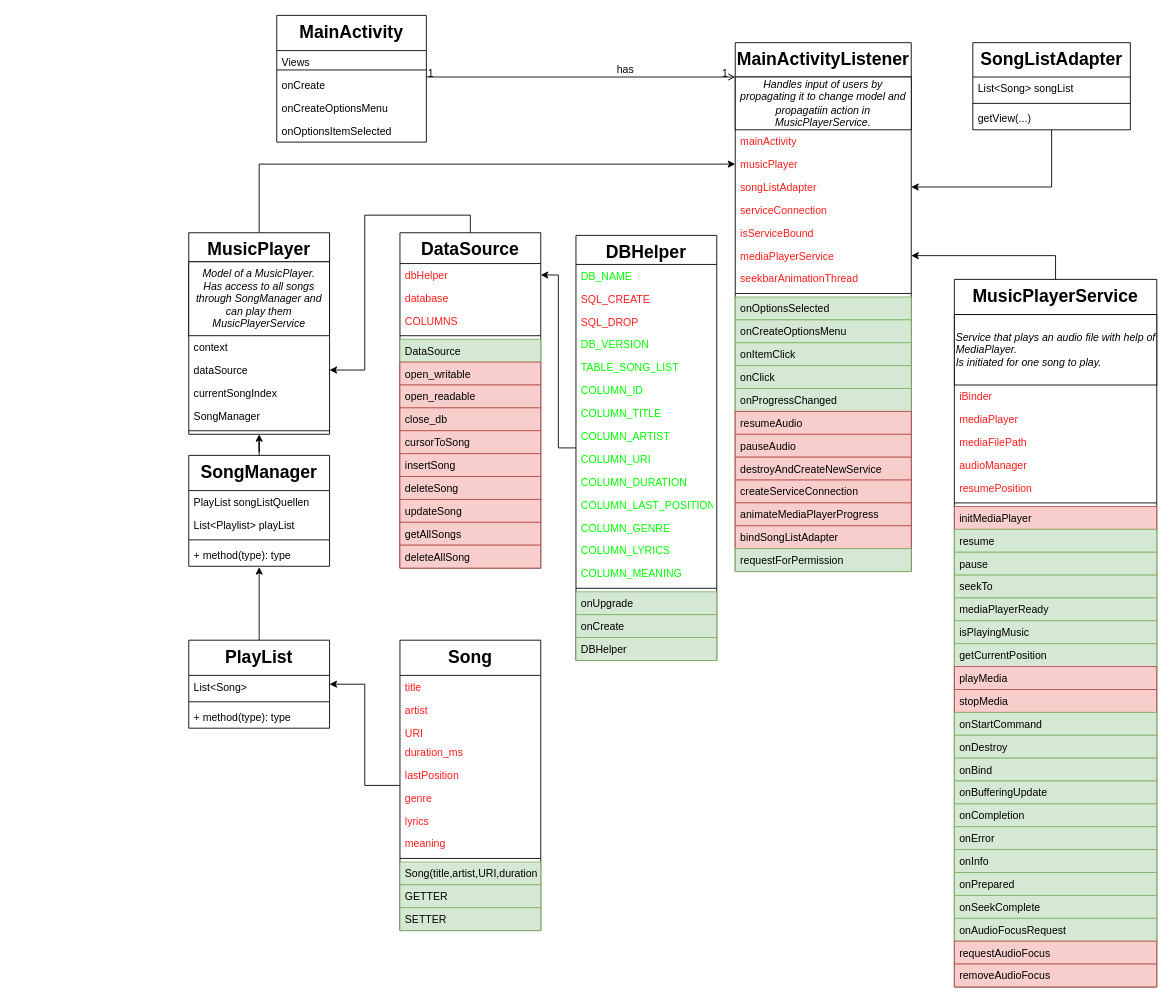
The draw.io diagram Untitled Diagram.drawio in JohannesGrobelski/MoonstoneMusicPlayer, before the edit. Source tidied: cells renumbered, new cells numbered last; positions are measured from the earlier drawing's top-left corner, leaving out a move shared by most shapes. Both pictures are drawn from the tidied source at 88%, with x=0, y=0 at pixel (188, 15).
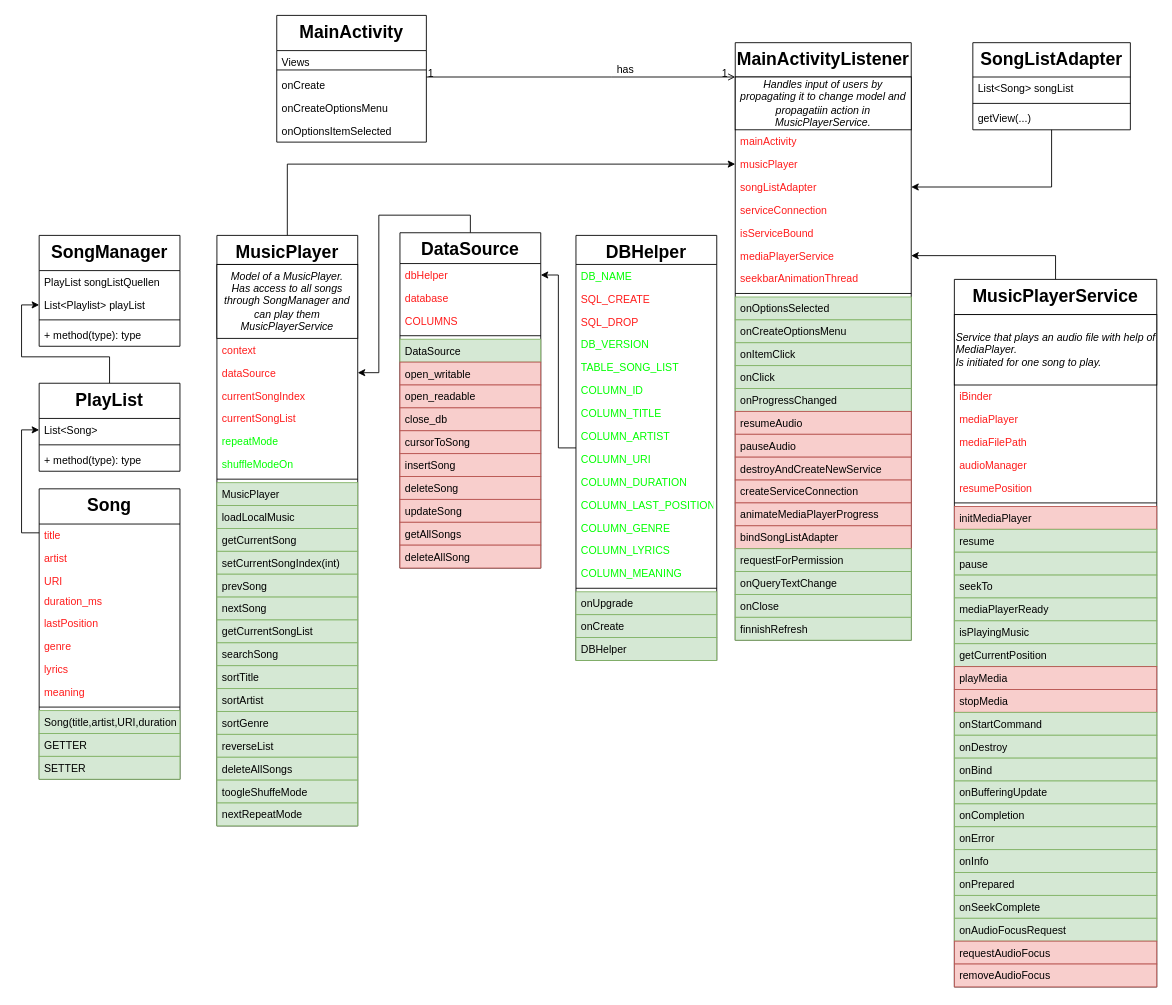
Above is the later version.

The change refers to these unchanged cells:
```xml
<mxCell id="75" value="List&lt;Playlist&gt; playList" style="text;strokeColor=none;fillColor=none;align=left;verticalAlign=top;spacingLeft=4;spacingRight=4;overflow=hidden;points=[[0,0.5],[1,0.5]];portConstraint=eastwest;" parent="73" vertex="1">
  <mxGeometry y="66" width="160" height="26" as="geometry" />
</mxCell>
<mxCell id="77" value="+ method(type): type" style="text;strokeColor=none;fillColor=none;align=left;verticalAlign=top;spacingLeft=4;spacingRight=4;overflow=hidden;points=[[0,0.5],[1,0.5]];portConstraint=eastwest;" parent="73" vertex="1">
  <mxGeometry y="100" width="160" height="26" as="geometry" />
</mxCell>
<mxCell id="85" value="List&lt;Song&gt;" style="text;strokeColor=none;fillColor=none;align=left;verticalAlign=top;spacingLeft=4;spacingRight=4;overflow=hidden;points=[[0,0.5],[1,0.5]];portConstraint=eastwest;" parent="84" vertex="1">
  <mxGeometry y="40" width="160" height="26" as="geometry" />
</mxCell>
```

Change to the diagram source:
```diff
@@
     <mxCell id="8" value="MainActivityListener" style="swimlane;fontStyle=1;align=center;verticalAlign=top;horizontal=1;startSize=39;rounded=0;shadow=0;strokeWidth=1;fontSize=20;" parent="1" vertex="1">
-      <mxGeometry x="621" y="31" width="200" height="601" as="geometry" />
+      <mxGeometry x="621" y="31" width="200" height="679" as="geometry" />
     </mxCell>
@@
+    <mxCell id="138" value="onQueryTextChange" style="text;strokeColor=#82b366;fillColor=#d5e8d4;align=left;verticalAlign=top;spacingLeft=4;spacingRight=4;overflow=hidden;" parent="8" vertex="1">
+      <mxGeometry y="601" width="200" height="26" as="geometry" />
+    </mxCell>
+    <mxCell id="139" value="onClose" style="text;strokeColor=#82b366;fillColor=#d5e8d4;align=left;verticalAlign=top;spacingLeft=4;spacingRight=4;overflow=hidden;" parent="8" vertex="1">
+      <mxGeometry y="627" width="200" height="26" as="geometry" />
+    </mxCell>
+    <mxCell id="140" value="finnishRefresh" style="text;strokeColor=#82b366;fillColor=#d5e8d4;align=left;verticalAlign=top;spacingLeft=4;spacingRight=4;overflow=hidden;" parent="8" vertex="1">
+      <mxGeometry y="653" width="200" height="26" as="geometry" />
+    </mxCell>
@@
     <mxCell id="65" value="MusicPlayer" style="swimlane;fontStyle=1;align=center;verticalAlign=top;horizontal=1;startSize=33;fontSize=20;" parent="1" vertex="1">
-      <mxGeometry y="247" width="160" height="229" as="geometry" />
+      <mxGeometry x="32" y="250" width="160" height="671" as="geometry" />
     </mxCell>
@@
-    <mxCell id="67" value="context" style="text;align=left;verticalAlign=top;spacingLeft=4;spacingRight=4;overflow=hidden;rounded=0;shadow=0;html=0;" parent="65" vertex="1">
+    <mxCell id="67" value="context" style="text;align=left;verticalAlign=top;spacingLeft=4;spacingRight=4;overflow=hidden;rounded=0;shadow=0;html=0;fontColor=#FF1C1C;" parent="65" vertex="1">
       <mxGeometry y="117" width="160" height="26" as="geometry" />
     </mxCell>
-    <mxCell id="68" value="dataSource" style="text;align=left;verticalAlign=top;spacingLeft=4;spacingRight=4;overflow=hidden;points=[[0,0.5],[1,0.5]];portConstraint=eastwest;rounded=0;shadow=0;html=0;" parent="65" vertex="1">
+    <mxCell id="68" value="dataSource" style="text;align=left;verticalAlign=top;spacingLeft=4;spacingRight=4;overflow=hidden;points=[[0,0.5],[1,0.5]];portConstraint=eastwest;rounded=0;shadow=0;html=0;fontColor=#FF1C1C;" parent="65" vertex="1">
       <mxGeometry y="143" width="160" height="26" as="geometry" />
     </mxCell>
-    <mxCell id="69" value="currentSongIndex" style="text;align=left;verticalAlign=top;spacingLeft=4;spacingRight=4;overflow=hidden;rounded=0;shadow=0;html=0;" parent="65" vertex="1">
+    <mxCell id="69" value="currentSongIndex" style="text;align=left;verticalAlign=top;spacingLeft=4;spacingRight=4;overflow=hidden;rounded=0;shadow=0;html=0;fontColor=#FF1C1C;" parent="65" vertex="1">
       <mxGeometry y="169" width="160" height="26" as="geometry" />
     </mxCell>
-    <mxCell id="70" value="SongManager" style="text;align=left;verticalAlign=top;spacingLeft=4;spacingRight=4;overflow=hidden;rounded=0;shadow=0;html=0;" parent="65" vertex="1">
-      <mxGeometry y="195" width="160" height="26" as="geometry" />
-    </mxCell>
+    <mxCell id="141" value="currentSongList" style="text;align=left;verticalAlign=top;spacingLeft=4;spacingRight=4;overflow=hidden;rounded=0;shadow=0;html=0;fontColor=#FF1C1C;" parent="65" vertex="1">
+      <mxGeometry y="195" width="160" height="26" as="geometry" />
+    </mxCell>
+    <mxCell id="142" value="repeatMode" style="text;align=left;verticalAlign=top;spacingLeft=4;spacingRight=4;overflow=hidden;rounded=0;shadow=0;html=0;fontColor=#00FF00;" parent="65" vertex="1">
+      <mxGeometry y="221" width="160" height="26" as="geometry" />
+    </mxCell>
+    <mxCell id="143" value="shuffleModeOn" style="text;align=left;verticalAlign=top;spacingLeft=4;spacingRight=4;overflow=hidden;rounded=0;shadow=0;html=0;fontColor=#00FF00;" parent="65" vertex="1">
+      <mxGeometry y="247" width="160" height="26" as="geometry" />
+    </mxCell>
     <mxCell id="71" style="line;strokeWidth=1;fillColor=none;align=left;verticalAlign=middle;spacingTop=-1;spacingLeft=3;spacingRight=3;labelPosition=right;" parent="65" vertex="1">
-      <mxGeometry y="221" width="160" height="8" as="geometry" />
+      <mxGeometry y="273" width="160" height="8" as="geometry" />
     </mxCell>
-    <mxCell id="72" style="edgeStyle=orthogonalEdgeStyle;rounded=0;jettySize=auto;html=1;entryX=0.5;entryY=1;entryDx=0;entryDy=0;" parent="1" edge="1" source="73" target="65">
-      <mxGeometry relative="1" as="geometry" />
-    </mxCell>
+    <mxCell id="144" value="MusicPlayer" style="text;align=left;verticalAlign=top;spacingLeft=4;spacingRight=4;overflow=hidden;rounded=0;shadow=0;html=0;fillColor=#d5e8d4;strokeColor=#82b366;" parent="65" vertex="1">
+      <mxGeometry y="281" width="160" height="26" as="geometry" />
+    </mxCell>
+    <mxCell id="145" value="loadLocalMusic" style="text;align=left;verticalAlign=top;spacingLeft=4;spacingRight=4;overflow=hidden;rounded=0;shadow=0;html=0;fillColor=#d5e8d4;strokeColor=#82b366;" parent="65" vertex="1">
+      <mxGeometry y="307" width="160" height="26" as="geometry" />
+    </mxCell>
+    <mxCell id="146" value="getCurrentSong" style="text;align=left;verticalAlign=top;spacingLeft=4;spacingRight=4;overflow=hidden;rounded=0;shadow=0;html=0;fillColor=#d5e8d4;strokeColor=#82b366;" parent="65" vertex="1">
+      <mxGeometry y="333" width="160" height="26" as="geometry" />
+    </mxCell>
+    <mxCell id="147" value="setCurrentSongIndex(int)" style="text;align=left;verticalAlign=top;spacingLeft=4;spacingRight=4;overflow=hidden;rounded=0;shadow=0;html=0;fillColor=#d5e8d4;strokeColor=#82b366;" parent="65" vertex="1">
+      <mxGeometry y="359" width="160" height="26" as="geometry" />
+    </mxCell>
+    <mxCell id="148" value="prevSong" style="text;align=left;verticalAlign=top;spacingLeft=4;spacingRight=4;overflow=hidden;rounded=0;shadow=0;html=0;fillColor=#d5e8d4;strokeColor=#82b366;" parent="65" vertex="1">
+      <mxGeometry y="385" width="160" height="26" as="geometry" />
+    </mxCell>
+    <mxCell id="149" value="nextSong" style="text;align=left;verticalAlign=top;spacingLeft=4;spacingRight=4;overflow=hidden;rounded=0;shadow=0;html=0;fillColor=#d5e8d4;strokeColor=#82b366;" parent="65" vertex="1">
+      <mxGeometry y="411" width="160" height="26" as="geometry" />
+    </mxCell>
+    <mxCell id="150" value="getCurrentSongList" style="text;align=left;verticalAlign=top;spacingLeft=4;spacingRight=4;overflow=hidden;rounded=0;shadow=0;html=0;fillColor=#d5e8d4;strokeColor=#82b366;" parent="65" vertex="1">
+      <mxGeometry y="437" width="160" height="26" as="geometry" />
+    </mxCell>
+    <mxCell id="151" value="searchSong&#10;" style="text;align=left;verticalAlign=top;spacingLeft=4;spacingRight=4;overflow=hidden;rounded=0;shadow=0;html=0;fillColor=#d5e8d4;strokeColor=#82b366;" parent="65" vertex="1">
+      <mxGeometry y="463" width="160" height="26" as="geometry" />
+    </mxCell>
+    <mxCell id="152" value="sortTitle" style="text;align=left;verticalAlign=top;spacingLeft=4;spacingRight=4;overflow=hidden;rounded=0;shadow=0;html=0;fillColor=#d5e8d4;strokeColor=#82b366;" parent="65" vertex="1">
+      <mxGeometry y="489" width="160" height="26" as="geometry" />
+    </mxCell>
+    <mxCell id="153" value="sortArtist" style="text;align=left;verticalAlign=top;spacingLeft=4;spacingRight=4;overflow=hidden;rounded=0;shadow=0;html=0;fillColor=#d5e8d4;strokeColor=#82b366;" parent="65" vertex="1">
+      <mxGeometry y="515" width="160" height="26" as="geometry" />
+    </mxCell>
+    <mxCell id="154" value="sortGenre" style="text;align=left;verticalAlign=top;spacingLeft=4;spacingRight=4;overflow=hidden;rounded=0;shadow=0;html=0;fillColor=#d5e8d4;strokeColor=#82b366;" parent="65" vertex="1">
+      <mxGeometry y="541" width="160" height="26" as="geometry" />
+    </mxCell>
+    <mxCell id="155" value="reverseList" style="text;align=left;verticalAlign=top;spacingLeft=4;spacingRight=4;overflow=hidden;rounded=0;shadow=0;html=0;fillColor=#d5e8d4;strokeColor=#82b366;" parent="65" vertex="1">
+      <mxGeometry y="567" width="160" height="26" as="geometry" />
+    </mxCell>
+    <mxCell id="156" value="deleteAllSongs" style="text;align=left;verticalAlign=top;spacingLeft=4;spacingRight=4;overflow=hidden;rounded=0;shadow=0;html=0;fillColor=#d5e8d4;strokeColor=#82b366;" parent="65" vertex="1">
+      <mxGeometry y="593" width="160" height="26" as="geometry" />
+    </mxCell>
+    <mxCell id="157" value="toogleShuffeMode&#10;" style="text;align=left;verticalAlign=top;spacingLeft=4;spacingRight=4;overflow=hidden;rounded=0;shadow=0;html=0;fillColor=#d5e8d4;strokeColor=#82b366;" parent="65" vertex="1">
+      <mxGeometry y="619" width="160" height="26" as="geometry" />
+    </mxCell>
+    <mxCell id="158" value="nextRepeatMode" style="text;align=left;verticalAlign=top;spacingLeft=4;spacingRight=4;overflow=hidden;rounded=0;shadow=0;html=0;fillColor=#d5e8d4;strokeColor=#82b366;" parent="65" vertex="1">
+      <mxGeometry y="645" width="160" height="26" as="geometry" />
+    </mxCell>
     <mxCell id="73" value="SongManager" style="swimlane;fontStyle=1;align=center;verticalAlign=top;horizontal=1;startSize=40;fontSize=20;" parent="1" vertex="1">
-      <mxGeometry y="500" width="160" height="126" as="geometry" />
+      <mxGeometry x="-170" y="250" width="160" height="126" as="geometry" />
     </mxCell>
@@
-    <mxCell id="83" style="edgeStyle=orthogonalEdgeStyle;rounded=0;jettySize=auto;html=1;entryX=0.5;entryY=1.038;entryDx=0;entryDy=0;entryPerimeter=0;" parent="1" edge="1" source="84" target="77">
-      <mxGeometry relative="1" as="geometry" />
+    <mxCell id="83" style="edgeStyle=orthogonalEdgeStyle;rounded=0;jettySize=auto;html=1;entryX=0;entryY=0.5;entryDx=0;entryDy=0;" parent="1" edge="1" source="84" target="75">
+      <mxGeometry relative="1" as="geometry">
+        <Array as="points">
+          <mxPoint x="-90" y="388" />
+          <mxPoint x="-190" y="388" />
+          <mxPoint x="-190" y="329" />
+        </Array>
+      </mxGeometry>
     </mxCell>
     <mxCell id="84" value="PlayList" style="swimlane;fontStyle=1;align=center;verticalAlign=top;horizontal=1;startSize=40;fontSize=20;" parent="1" vertex="1">
-      <mxGeometry y="710" width="160" height="100" as="geometry" />
+      <mxGeometry x="-170" y="418" width="160" height="100" as="geometry" />
     </mxCell>
@@
-    <mxCell id="88" style="edgeStyle=orthogonalEdgeStyle;rounded=0;jettySize=auto;html=1;entryX=1;entryY=0.5;entryDx=0;entryDy=0;" parent="1" edge="1" source="89" target="84">
-      <mxGeometry relative="1" as="geometry" />
+    <mxCell id="88" style="edgeStyle=orthogonalEdgeStyle;rounded=0;jettySize=auto;html=1;entryX=0;entryY=0.5;entryDx=0;entryDy=0;" parent="1" edge="1" source="89" target="85">
+      <mxGeometry relative="1" as="geometry">
+        <Array as="points">
+          <mxPoint x="-90" y="588" />
+          <mxPoint x="-190" y="588" />
+          <mxPoint x="-190" y="471" />
+        </Array>
+      </mxGeometry>
     </mxCell>
     <mxCell id="89" value="Song" style="swimlane;fontStyle=1;align=center;verticalAlign=top;horizontal=1;startSize=40;fontSize=20;" parent="1" vertex="1">
-      <mxGeometry x="240" y="710" width="160" height="330" as="geometry" />
+      <mxGeometry x="-170" y="538" width="160" height="330" as="geometry" />
     </mxCell>
```
